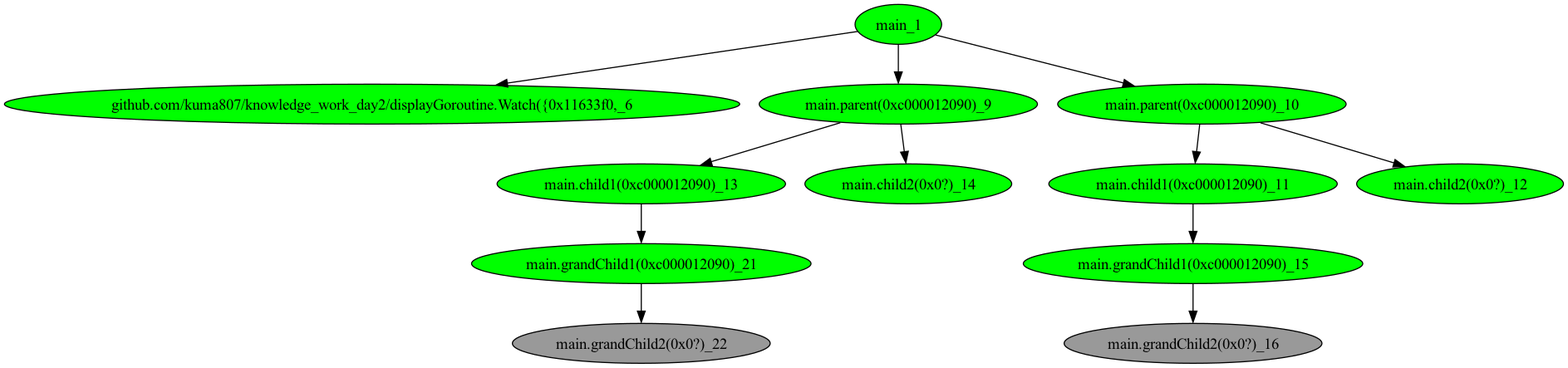
Earlier version of the Graphviz export main_testGoroutine/tree_5.png (kuma807/knowledge_work_day2). Its source is kept beside it as main_testGoroutine/tree_5.dot.
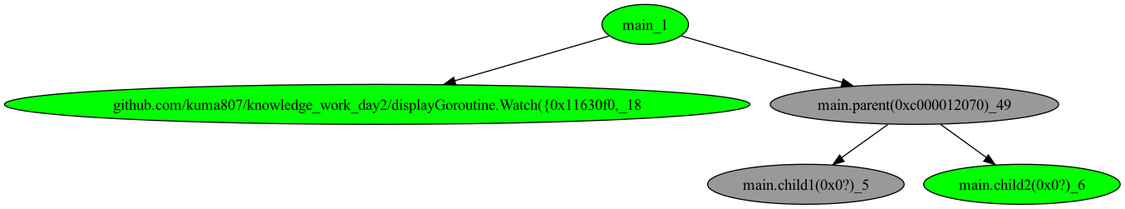
The same diagram one commit later.

Diff of the diagram source:
```diff
@@ -1,26 +1,12 @@
 digraph G {
-	"main_1"->"github.com/kuma807/knowledge_work_day2/displayGoroutine.Watch({0x11633f0,_6";
-	"main_1"->"main.parent(0xc000012090)_9";
-	"main_1"->"main.parent(0xc000012090)_10";
-	"main.parent(0xc000012090)_10"->"main.child1(0xc000012090)_11";
-	"main.parent(0xc000012090)_10"->"main.child2(0x0?)_12";
-	"main.parent(0xc000012090)_9"->"main.child1(0xc000012090)_13";
-	"main.parent(0xc000012090)_9"->"main.child2(0x0?)_14";
-	"main.child1(0xc000012090)_11"->"main.grandChild1(0xc000012090)_15";
-	"main.grandChild1(0xc000012090)_15"->"main.grandChild2(0x0?)_16";
-	"main.child1(0xc000012090)_13"->"main.grandChild1(0xc000012090)_21";
-	"main.grandChild1(0xc000012090)_21"->"main.grandChild2(0x0?)_22";
-	"github.com/kuma807/knowledge_work_day2/displayGoroutine.Watch({0x11633f0,_6" [ fillcolor="#00FF00", style="solid,filled" ];
-	"main.child1(0xc000012090)_11" [ fillcolor="#00FF00", style="solid,filled" ];
-	"main.child1(0xc000012090)_13" [ fillcolor="#00FF00", style="solid,filled" ];
-	"main.child2(0x0?)_12" [ fillcolor="#00FF00", style="solid,filled" ];
-	"main.child2(0x0?)_14" [ fillcolor="#00FF00", style="solid,filled" ];
-	"main.grandChild1(0xc000012090)_15" [ fillcolor="#00FF00", style="solid,filled" ];
-	"main.grandChild1(0xc000012090)_21" [ fillcolor="#00FF00", style="solid,filled" ];
-	"main.grandChild2(0x0?)_16" [ fillcolor="#999999", style="solid,filled" ];
-	"main.grandChild2(0x0?)_22" [ fillcolor="#999999", style="solid,filled" ];
-	"main.parent(0xc000012090)_10" [ fillcolor="#00FF00", style="solid,filled" ];
-	"main.parent(0xc000012090)_9" [ fillcolor="#00FF00", style="solid,filled" ];
+	"main_1"->"github.com/kuma807/knowledge_work_day2/displayGoroutine.Watch({0x11630f0,_18";
+	"main_1"->"main.parent(0xc000012070)_49";
+	"main.parent(0xc000012070)_49"->"main.child1(0x0?)_5";
+	"main.parent(0xc000012070)_49"->"main.child2(0x0?)_6";
+	"github.com/kuma807/knowledge_work_day2/displayGoroutine.Watch({0x11630f0,_18" [ fillcolor="#00FF00", style="solid,filled" ];
+	"main.child1(0x0?)_5" [ fillcolor="#999999", style="solid,filled" ];
+	"main.child2(0x0?)_6" [ fillcolor="#00FF00", style="solid,filled" ];
+	"main.parent(0xc000012070)_49" [ fillcolor="#999999", style="solid,filled" ];
 	"main_1" [ fillcolor="#00FF00", style="solid,filled" ];
 
 }
```
